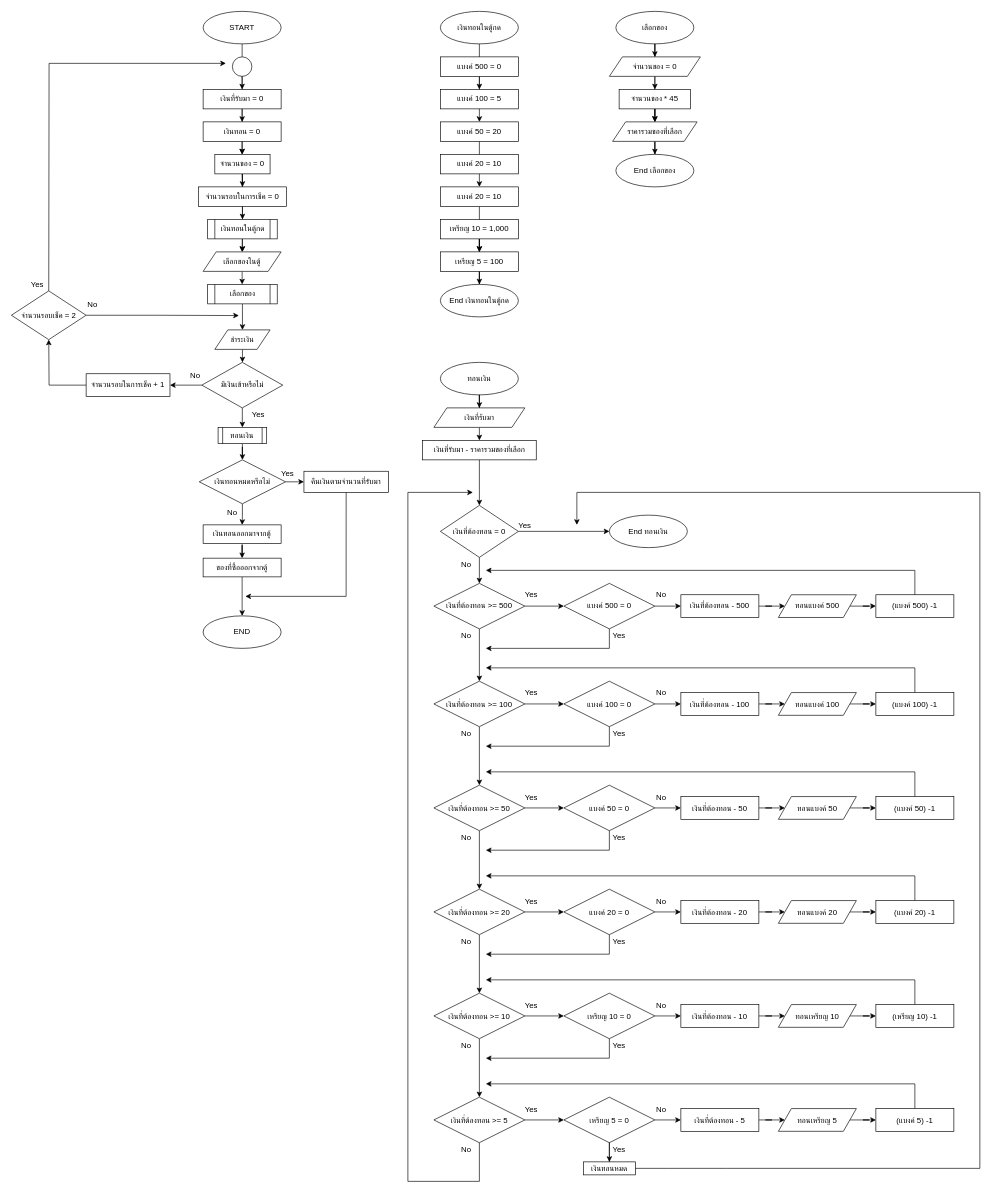
Before: LAB 2.drawio in Rxnai23/ENGCC304, a draw.io diagram. Source tidied: cells renumbered, new cells numbered last; positions are measured from the earlier drawing's top-left corner, leaving out a move shared by most shapes. Both pictures are drawn from the tidied source at 65%, with x=0, y=0 at pixel (11, 11).
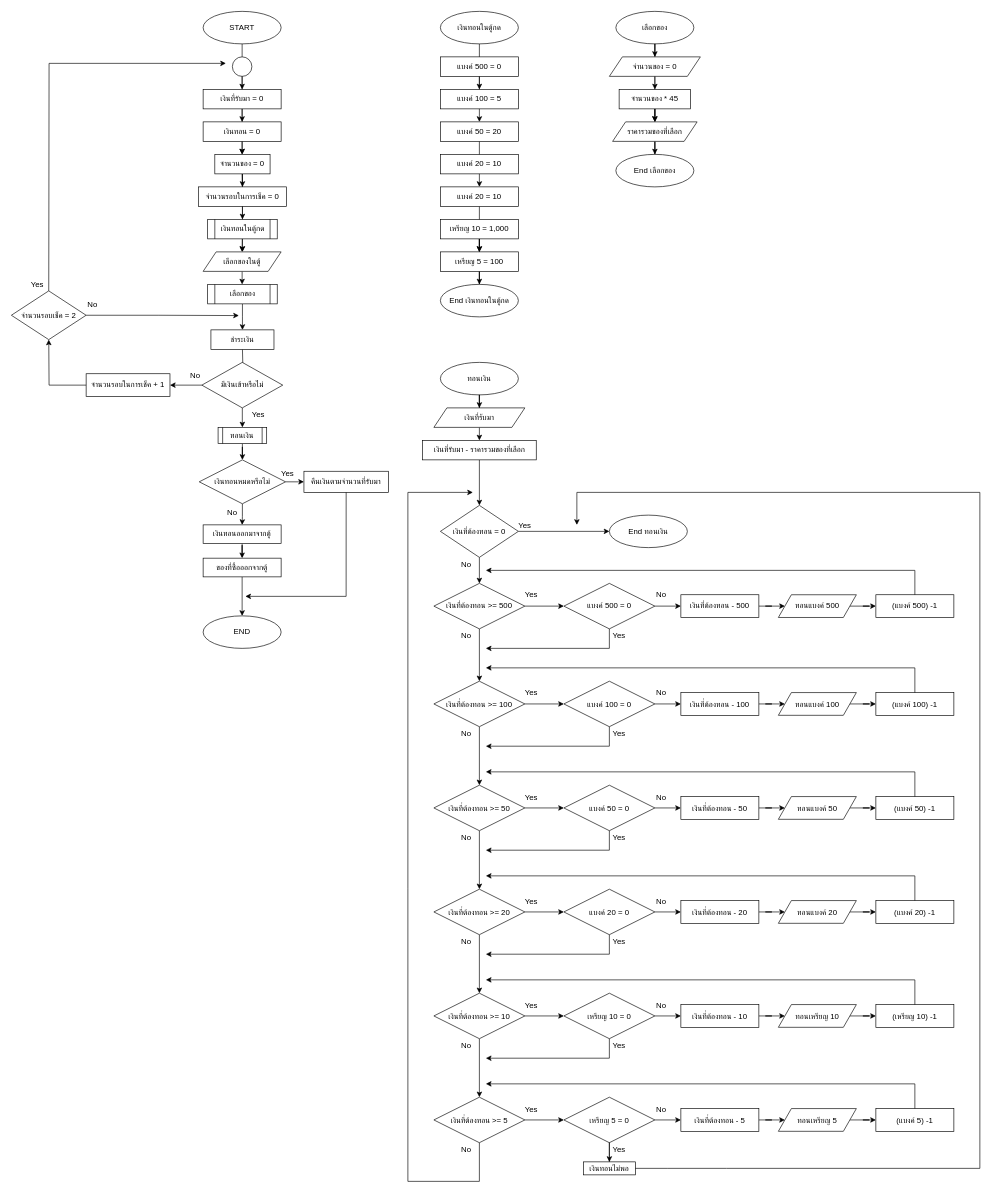
The same diagram, later.

The change refers to these unchanged cells:
```xml
<mxCell id="33" value="เลือกของ" style="shape=process;whiteSpace=wrap;html=1;backgroundOutline=1;" parent="1" vertex="1">
  <mxGeometry x="302" y="420" width="107" height="30" as="geometry" />
</mxCell>
<mxCell id="49" value="มีเงินเข้าหรือไม่" style="rhombus;whiteSpace=wrap;html=1;" parent="1" vertex="1">
  <mxGeometry x="293" y="540" width="124.5" height="70" as="geometry" />
</mxCell>
```

Diff of the diagram source:
```diff
@@
-    <mxCell id="32" style="edgeStyle=orthogonalEdgeStyle;rounded=0;jettySize=auto;html=1;" parent="1" edge="1" source="33" target="44">
-      <mxGeometry relative="1" as="geometry" />
+    <mxCell id="32" style="edgeStyle=orthogonalEdgeStyle;rounded=0;jettySize=auto;html=1;" parent="1" edge="1" source="33">
+      <mxGeometry relative="1" as="geometry">
+        <mxPoint x="355.5" y="490" as="targetPoint" />
+      </mxGeometry>
     </mxCell>
@@
-    <mxCell id="43" style="edgeStyle=orthogonalEdgeStyle;rounded=0;jettySize=auto;html=1;" parent="1" edge="1" source="44" target="49">
-      <mxGeometry relative="1" as="geometry" />
+    <mxCell id="43" style="edgeStyle=orthogonalEdgeStyle;rounded=0;jettySize=auto;html=1;" parent="1" edge="1" target="49">
+      <mxGeometry relative="1" as="geometry">
+        <mxPoint x="355.5" y="520" as="sourcePoint" />
+      </mxGeometry>
     </mxCell>
-    <mxCell id="44" value="ชำระเงิน" style="shape=parallelogram;perimeter=parallelogramPerimeter;whiteSpace=wrap;html=1;fixedSize=1;" parent="1" vertex="1">
-      <mxGeometry x="313" y="490" width="85" height="30" as="geometry" />
-    </mxCell>
@@
-    <mxCell id="175" value="เงินทอนหมด" style="rounded=0;whiteSpace=wrap;html=1;" parent="1" vertex="1">
+    <mxCell id="175" value="เงินทอนไม่พอ" style="rounded=0;whiteSpace=wrap;html=1;" parent="1" vertex="1">
       <mxGeometry x="880" y="1770" width="80" height="20" as="geometry" />
     </mxCell>
@@
+    <mxCell id="44" value="ชำระเงิน" style="rounded=0;whiteSpace=wrap;html=1;" parent="1" vertex="1">
+      <mxGeometry x="307" y="490" width="97" height="30" as="geometry" />
+    </mxCell>
```
